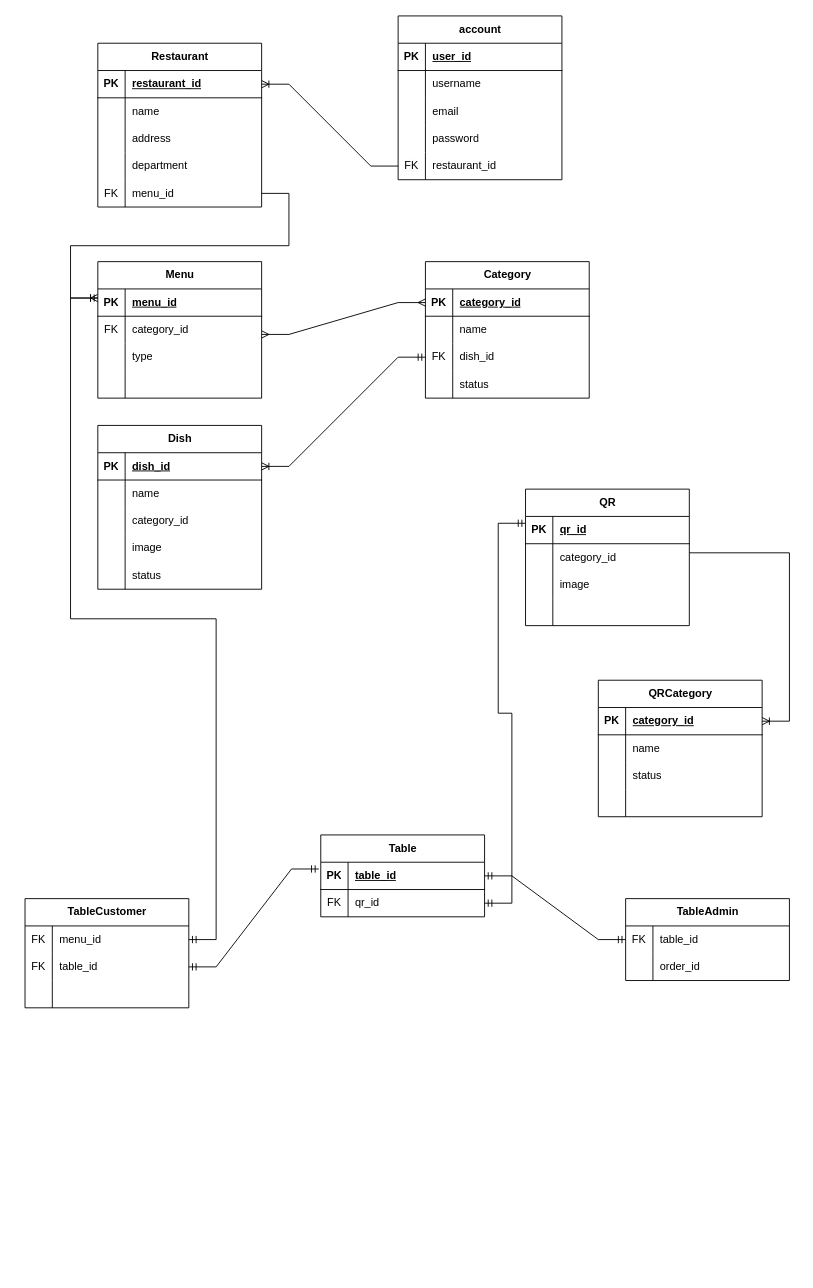
This is Untitled Diagram.drawio from trminhphu79/auth-example-angular, a draw.io file, before an edit. Source tidied: cells renumbered, new cells numbered last; positions are measured from the earlier drawing's top-left corner, leaving out a move shared by most shapes. Both pictures are drawn from the tidied source at 91%, with x=0, y=0 at pixel (25, 15).
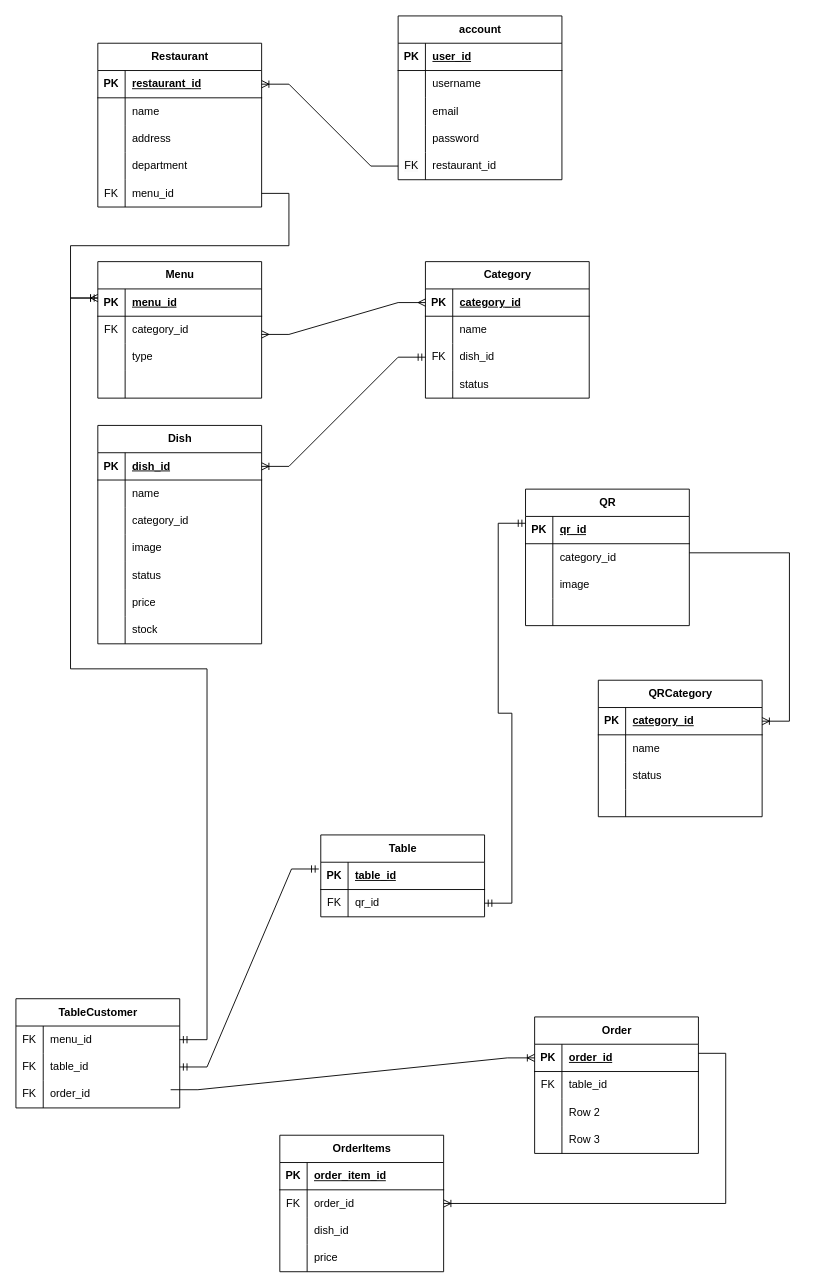
Above is the later version.

The change refers to these unchanged cells:
```xml
<mxCell id="114" style="shape=tableRow;horizontal=0;startSize=0;swimlaneHead=0;swimlaneBody=0;fillColor=none;points=[[0,0.5],[1,0.5]];portConstraint=eastwest;top=0;left=0;right=0;bottom=1;" parent="113" vertex="1">
  <mxGeometry y="30" width="180" height="30" as="geometry" />
</mxCell>
<mxCell id="127" style="shape=tableRow;horizontal=0;startSize=0;swimlaneHead=0;swimlaneBody=0;fillColor=none;top=0;left=0;right=0;bottom=0;" parent="120" vertex="1">
  <mxGeometry y="90" width="180" height="30" as="geometry" />
</mxCell>
```

Change to the diagram source:
```diff
@@
     <mxCell id="61" value="Dish" style="shape=table;startSize=30;childLayout=tableLayout;rowLines=0;fontStyle=1;align=center;html=1;" parent="1" vertex="1">
-      <mxGeometry x="80" y="450" width="180" height="180" as="geometry" />
+      <mxGeometry x="80" y="450" width="180" height="240" as="geometry" />
     </mxCell>
@@
+    <mxCell id="135" style="shape=tableRow;horizontal=0;startSize=0;swimlaneHead=0;swimlaneBody=0;fillColor=none;top=0;left=0;right=0;bottom=0;" parent="61" vertex="1">
+      <mxGeometry y="180" width="180" height="30" as="geometry" />
+    </mxCell>
+    <mxCell id="136" style="shape=partialRectangle;fillColor=none;top=0;left=0;bottom=0;right=0;overflow=hidden;whiteSpace=wrap;html=1;" parent="135" vertex="1">
+      <mxGeometry width="30" height="30" as="geometry" />
+    </mxCell>
+    <mxCell id="137" value="price" style="shape=partialRectangle;fillColor=none;top=0;left=0;bottom=0;right=0;align=left;spacingLeft=6;overflow=hidden;whiteSpace=wrap;html=1;" parent="135" vertex="1">
+      <mxGeometry x="30" width="150" height="30" as="geometry" />
+    </mxCell>
+    <mxCell id="138" style="shape=tableRow;horizontal=0;startSize=0;swimlaneHead=0;swimlaneBody=0;fillColor=none;top=0;left=0;right=0;bottom=0;" parent="61" vertex="1">
+      <mxGeometry y="210" width="180" height="30" as="geometry" />
+    </mxCell>
+    <mxCell id="139" style="shape=partialRectangle;fillColor=none;top=0;left=0;bottom=0;right=0;overflow=hidden;whiteSpace=wrap;html=1;" parent="138" vertex="1">
+      <mxGeometry width="30" height="30" as="geometry" />
+    </mxCell>
+    <mxCell id="140" value="stock" style="shape=partialRectangle;fillColor=none;top=0;left=0;bottom=0;right=0;align=left;spacingLeft=6;overflow=hidden;whiteSpace=wrap;html=1;" parent="138" vertex="1">
+      <mxGeometry x="30" width="150" height="30" as="geometry" />
+    </mxCell>
@@
-    <mxCell id="80" value="TableAdmin" style="shape=table;startSize=30;childLayout=tableLayout;rowLines=0;fontStyle=1;align=center;html=1;" parent="1" vertex="1">
-      <mxGeometry x="660" y="970" width="180" height="90" as="geometry" />
-    </mxCell>
-    <mxCell id="81" style="shape=tableRow;horizontal=0;startSize=0;swimlaneHead=0;swimlaneBody=0;fillColor=none;points=[[0,0.5],[1,0.5]];portConstraint=eastwest;top=0;left=0;right=0;bottom=0;" parent="80" vertex="1">
-      <mxGeometry y="30" width="180" height="30" as="geometry" />
-    </mxCell>
-    <mxCell id="82" value="FK" style="shape=partialRectangle;fillColor=none;top=0;left=0;bottom=0;right=0;overflow=hidden;whiteSpace=wrap;html=1;" parent="81" vertex="1">
-      <mxGeometry width="30" height="30" as="geometry" />
-    </mxCell>
-    <mxCell id="83" value="table_id" style="shape=partialRectangle;fillColor=none;top=0;left=0;bottom=0;right=0;align=left;spacingLeft=6;overflow=hidden;whiteSpace=wrap;html=1;" parent="81" vertex="1">
-      <mxGeometry x="30" width="150" height="30" as="geometry" />
-    </mxCell>
-    <mxCell id="84" style="shape=tableRow;horizontal=0;startSize=0;swimlaneHead=0;swimlaneBody=0;fillColor=none;top=0;left=0;right=0;bottom=0;" parent="80" vertex="1">
-      <mxGeometry y="60" width="180" height="30" as="geometry" />
-    </mxCell>
-    <mxCell id="85" style="shape=partialRectangle;fillColor=none;top=0;left=0;bottom=0;right=0;overflow=hidden;whiteSpace=wrap;html=1;" parent="84" vertex="1">
-      <mxGeometry width="30" height="30" as="geometry" />
-    </mxCell>
-    <mxCell id="86" value="order_id" style="shape=partialRectangle;fillColor=none;top=0;left=0;bottom=0;right=0;align=left;spacingLeft=6;overflow=hidden;whiteSpace=wrap;html=1;" parent="84" vertex="1">
-      <mxGeometry x="30" width="150" height="30" as="geometry" />
-    </mxCell>
@@
     <mxCell id="120" value="TableCustomer" style="shape=table;startSize=30;childLayout=tableLayout;rowLines=0;fontStyle=1;align=center;html=1;" parent="1" vertex="1">
-      <mxGeometry y="970" width="180" height="120" as="geometry" />
+      <mxGeometry x="-10" y="1080" width="180" height="120" as="geometry" />
     </mxCell>
@@
-    <mxCell id="128" style="shape=partialRectangle;fillColor=none;top=0;left=0;bottom=0;right=0;overflow=hidden;whiteSpace=wrap;html=1;" parent="127" vertex="1">
+    <mxCell id="128" value="FK" style="shape=partialRectangle;fillColor=none;top=0;left=0;bottom=0;right=0;overflow=hidden;whiteSpace=wrap;html=1;" parent="127" vertex="1">
       <mxGeometry width="30" height="30" as="geometry" />
     </mxCell>
-    <mxCell id="129" style="shape=partialRectangle;fillColor=none;top=0;left=0;bottom=0;right=0;align=left;spacingLeft=6;overflow=hidden;whiteSpace=wrap;html=1;" parent="127" vertex="1">
+    <mxCell id="129" value="order_id&lt;br&gt;" style="shape=partialRectangle;fillColor=none;top=0;left=0;bottom=0;right=0;align=left;spacingLeft=6;overflow=hidden;whiteSpace=wrap;html=1;" parent="127" vertex="1">
       <mxGeometry x="30" width="150" height="30" as="geometry" />
     </mxCell>
@@
-    <mxCell id="131" style="edgeStyle=entityRelationEdgeStyle;fontSize=12;html=1;endArrow=ERmandOne;startArrow=ERmandOne;rounded=0;entryX=0;entryY=0.5;entryDx=0;entryDy=0;" parent="1" edge="1" source="114" target="81">
-      <mxGeometry relative="1" as="geometry" />
-    </mxCell>
@@
+    <mxCell id="141" value="Order" style="shape=table;startSize=30;childLayout=tableLayout;rowLines=0;fontStyle=1;align=center;html=1;" parent="1" vertex="1">
+      <mxGeometry x="560" y="1100" width="180" height="150" as="geometry" />
+    </mxCell>
+    <mxCell id="142" style="shape=tableRow;horizontal=0;startSize=0;swimlaneHead=0;swimlaneBody=0;fillColor=none;points=[[0,0.5],[1,0.5]];portConstraint=eastwest;top=0;left=0;right=0;bottom=1;" parent="141" vertex="1">
+      <mxGeometry y="30" width="180" height="30" as="geometry" />
+    </mxCell>
+    <mxCell id="143" value="PK" style="shape=partialRectangle;fillColor=none;top=0;left=0;bottom=0;right=0;fontStyle=1;overflow=hidden;whiteSpace=wrap;html=1;" parent="142" vertex="1">
+      <mxGeometry width="30" height="30" as="geometry" />
+    </mxCell>
+    <mxCell id="144" value="order_id" style="shape=partialRectangle;fillColor=none;top=0;left=0;bottom=0;right=0;align=left;spacingLeft=6;fontStyle=5;overflow=hidden;whiteSpace=wrap;html=1;" parent="142" vertex="1">
+      <mxGeometry x="30" width="150" height="30" as="geometry" />
+    </mxCell>
+    <mxCell id="145" style="shape=tableRow;horizontal=0;startSize=0;swimlaneHead=0;swimlaneBody=0;fillColor=none;top=0;left=0;right=0;bottom=0;" parent="141" vertex="1">
+      <mxGeometry y="60" width="180" height="30" as="geometry" />
+    </mxCell>
+    <mxCell id="146" value="FK" style="shape=partialRectangle;fillColor=none;top=0;left=0;bottom=0;right=0;overflow=hidden;whiteSpace=wrap;html=1;" parent="145" vertex="1">
+      <mxGeometry width="30" height="30" as="geometry" />
+    </mxCell>
+    <mxCell id="83" value="table_id" style="shape=partialRectangle;fillColor=none;top=0;left=0;bottom=0;right=0;align=left;spacingLeft=6;overflow=hidden;whiteSpace=wrap;html=1;" parent="145" vertex="1">
+      <mxGeometry x="30" width="150" height="30" as="geometry" />
+    </mxCell>
+    <mxCell id="147" style="shape=tableRow;horizontal=0;startSize=0;swimlaneHead=0;swimlaneBody=0;fillColor=none;top=0;left=0;right=0;bottom=0;" parent="141" vertex="1">
+      <mxGeometry y="90" width="180" height="30" as="geometry" />
+    </mxCell>
+    <mxCell id="148" style="shape=partialRectangle;fillColor=none;top=0;left=0;bottom=0;right=0;overflow=hidden;whiteSpace=wrap;html=1;" parent="147" vertex="1">
+      <mxGeometry width="30" height="30" as="geometry" />
+    </mxCell>
+    <mxCell id="149" value="Row 2" style="shape=partialRectangle;fillColor=none;top=0;left=0;bottom=0;right=0;align=left;spacingLeft=6;overflow=hidden;whiteSpace=wrap;html=1;" parent="147" vertex="1">
+      <mxGeometry x="30" width="150" height="30" as="geometry" />
+    </mxCell>
+    <mxCell id="150" style="shape=tableRow;horizontal=0;startSize=0;swimlaneHead=0;swimlaneBody=0;fillColor=none;top=0;left=0;right=0;bottom=0;" parent="141" vertex="1">
+      <mxGeometry y="120" width="180" height="30" as="geometry" />
+    </mxCell>
+    <mxCell id="151" style="shape=partialRectangle;fillColor=none;top=0;left=0;bottom=0;right=0;overflow=hidden;whiteSpace=wrap;html=1;" parent="150" vertex="1">
+      <mxGeometry width="30" height="30" as="geometry" />
+    </mxCell>
+    <mxCell id="152" value="Row 3" style="shape=partialRectangle;fillColor=none;top=0;left=0;bottom=0;right=0;align=left;spacingLeft=6;overflow=hidden;whiteSpace=wrap;html=1;" parent="150" vertex="1">
+      <mxGeometry x="30" width="150" height="30" as="geometry" />
+    </mxCell>
+    <mxCell id="153" value="OrderItems" style="shape=table;startSize=30;childLayout=tableLayout;rowLines=0;fontStyle=1;align=center;html=1;" parent="1" vertex="1">
+      <mxGeometry x="280" y="1230" width="180" height="150" as="geometry" />
+    </mxCell>
+    <mxCell id="154" style="shape=tableRow;horizontal=0;startSize=0;swimlaneHead=0;swimlaneBody=0;fillColor=none;top=0;left=0;right=0;bottom=1;" parent="153" vertex="1">
+      <mxGeometry y="30" width="180" height="30" as="geometry" />
+    </mxCell>
+    <mxCell id="155" value="PK" style="shape=partialRectangle;fillColor=none;top=0;left=0;bottom=0;right=0;fontStyle=1;overflow=hidden;whiteSpace=wrap;html=1;" parent="154" vertex="1">
+      <mxGeometry width="30" height="30" as="geometry" />
+    </mxCell>
+    <mxCell id="156" value="order_item_id" style="shape=partialRectangle;fillColor=none;top=0;left=0;bottom=0;right=0;align=left;spacingLeft=6;fontStyle=5;overflow=hidden;whiteSpace=wrap;html=1;" parent="154" vertex="1">
+      <mxGeometry x="30" width="150" height="30" as="geometry" />
+    </mxCell>
+    <mxCell id="157" style="shape=tableRow;horizontal=0;startSize=0;swimlaneHead=0;swimlaneBody=0;fillColor=none;points=[[0,0.5],[1,0.5]];portConstraint=eastwest;top=0;left=0;right=0;bottom=0;" parent="153" vertex="1">
+      <mxGeometry y="60" width="180" height="30" as="geometry" />
+    </mxCell>
+    <mxCell id="158" value="FK" style="shape=partialRectangle;fillColor=none;top=0;left=0;bottom=0;right=0;overflow=hidden;whiteSpace=wrap;html=1;" parent="157" vertex="1">
+      <mxGeometry width="30" height="30" as="geometry" />
+    </mxCell>
+    <mxCell id="86" value="order_id" style="shape=partialRectangle;fillColor=none;top=0;left=0;bottom=0;right=0;align=left;spacingLeft=6;overflow=hidden;whiteSpace=wrap;html=1;" parent="157" vertex="1">
+      <mxGeometry x="30" width="150" height="30" as="geometry" />
+    </mxCell>
+    <mxCell id="159" style="shape=tableRow;horizontal=0;startSize=0;swimlaneHead=0;swimlaneBody=0;fillColor=none;top=0;left=0;right=0;bottom=0;" parent="153" vertex="1">
+      <mxGeometry y="90" width="180" height="30" as="geometry" />
+    </mxCell>
+    <mxCell id="160" style="shape=partialRectangle;fillColor=none;top=0;left=0;bottom=0;right=0;overflow=hidden;whiteSpace=wrap;html=1;" parent="159" vertex="1">
+      <mxGeometry width="30" height="30" as="geometry" />
+    </mxCell>
+    <mxCell id="161" value="dish_id" style="shape=partialRectangle;fillColor=none;top=0;left=0;bottom=0;right=0;align=left;spacingLeft=6;overflow=hidden;whiteSpace=wrap;html=1;" parent="159" vertex="1">
+      <mxGeometry x="30" width="150" height="30" as="geometry" />
+    </mxCell>
+    <mxCell id="162" style="shape=tableRow;horizontal=0;startSize=0;swimlaneHead=0;swimlaneBody=0;fillColor=none;top=0;left=0;right=0;bottom=0;" parent="153" vertex="1">
+      <mxGeometry y="120" width="180" height="30" as="geometry" />
+    </mxCell>
+    <mxCell id="163" style="shape=partialRectangle;fillColor=none;top=0;left=0;bottom=0;right=0;overflow=hidden;whiteSpace=wrap;html=1;" parent="162" vertex="1">
+      <mxGeometry width="30" height="30" as="geometry" />
+    </mxCell>
+    <mxCell id="164" value="price" style="shape=partialRectangle;fillColor=none;top=0;left=0;bottom=0;right=0;align=left;spacingLeft=6;overflow=hidden;whiteSpace=wrap;html=1;" parent="162" vertex="1">
+      <mxGeometry x="30" width="150" height="30" as="geometry" />
+    </mxCell>
+    <mxCell id="165" style="edgeStyle=entityRelationEdgeStyle;fontSize=12;html=1;endArrow=ERoneToMany;rounded=0;entryX=1;entryY=0.5;entryDx=0;entryDy=0;" parent="1" edge="1" target="157">
+      <mxGeometry relative="1" as="geometry">
+        <mxPoint x="740" y="1140" as="sourcePoint" />
+      </mxGeometry>
+    </mxCell>
+    <mxCell id="166" style="edgeStyle=entityRelationEdgeStyle;fontSize=12;html=1;endArrow=ERoneToMany;rounded=0;" parent="1" edge="1" target="142">
+      <mxGeometry relative="1" as="geometry">
+        <mxPoint x="160" y="1180" as="sourcePoint" />
+      </mxGeometry>
+    </mxCell>
```
